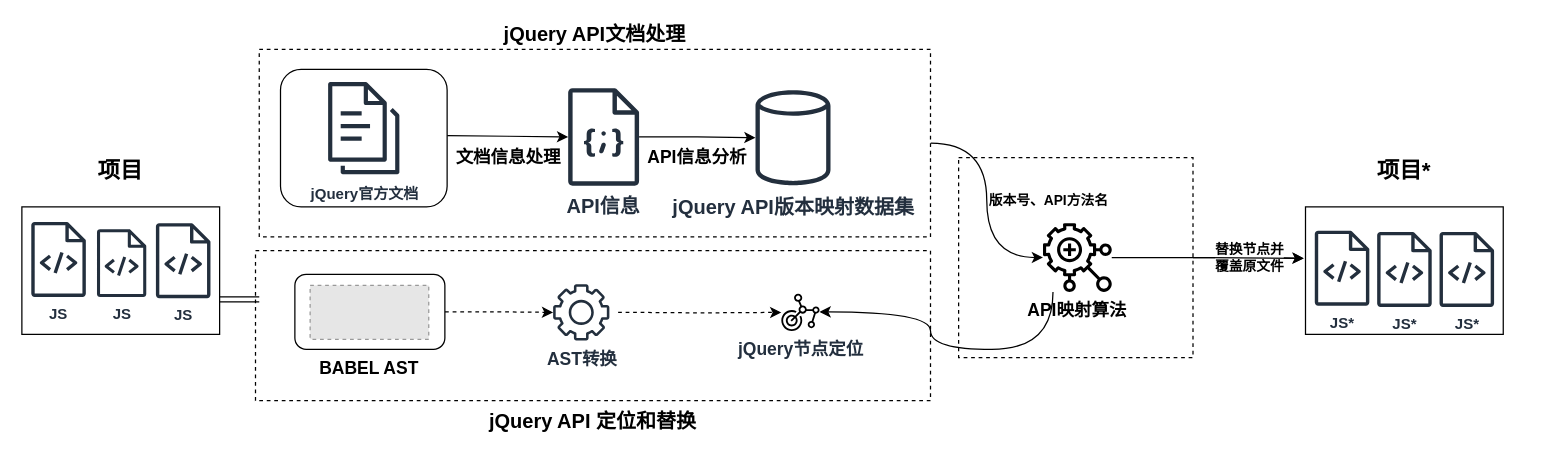
Before: images/未命名绘图.drawio in DramaAaron/DramaAaron.github.io, a draw.io diagram. Source tidied: cells renumbered, new cells numbered last; positions are measured from the earlier drawing's top-left corner, leaving out a move shared by most shapes. Both pictures are drawn from the tidied source at 125%, with x=0, y=0 at pixel (21, 49). Pictures stored in the file or linked from it are replaced by grey dashed boxes.
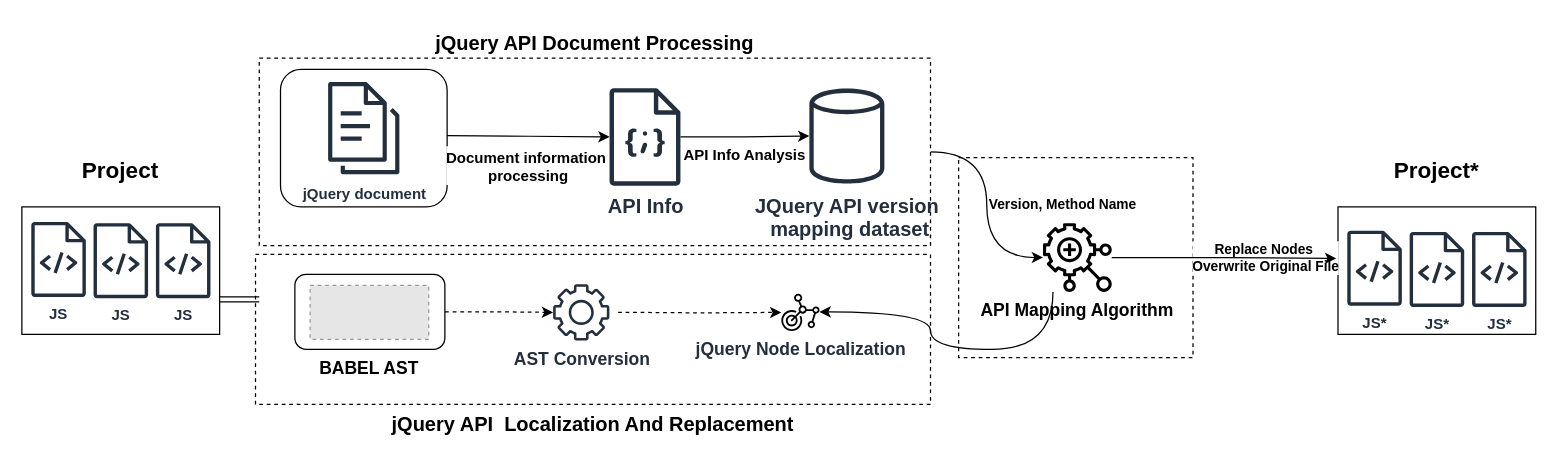
The same diagram, later.

Commit message:
更新未命名绘图.drawio

Unchanged cells that the change refers to:
```xml
<mxCell id="3" style="rounded=0;whiteSpace=wrap;html=1;dashed=1;" parent="1" vertex="1">
  <mxGeometry x="749.4" y="86.5" width="187.5" height="160" as="geometry" />
</mxCell>
```

What changed in the source:
```diff
@@
-    <mxCell id="2" value="jQuery API 定位和替换" style="rounded=0;whiteSpace=wrap;html=1;dashed=1;fontStyle=1;fontSize=16;labelPosition=center;verticalLabelPosition=bottom;align=center;verticalAlign=top;" parent="1" vertex="1">
-      <mxGeometry x="186.9" y="161" width="540" height="120" as="geometry" />
+    <mxCell id="2" value="jQuery API&amp;nbsp; Localization And Replacement" style="rounded=0;whiteSpace=wrap;html=1;dashed=1;fontStyle=1;fontSize=16;labelPosition=center;verticalLabelPosition=bottom;align=center;verticalAlign=top;" parent="1" vertex="1">
+      <mxGeometry x="186.9" y="164" width="540" height="120" as="geometry" />
     </mxCell>
@@
-    <mxCell id="4" value="&lt;h2&gt;项目*&lt;/h2&gt;" style="rounded=0;whiteSpace=wrap;html=1;labelPosition=center;verticalLabelPosition=top;align=center;verticalAlign=bottom;" parent="1" vertex="1">
-      <mxGeometry x="1026.9" y="126" width="158.2" height="102" as="geometry" />
+    <mxCell id="4" value="&lt;h2&gt;Project*&lt;/h2&gt;" style="rounded=0;whiteSpace=wrap;html=1;labelPosition=center;verticalLabelPosition=top;align=center;verticalAlign=bottom;" parent="1" vertex="1">
+      <mxGeometry x="1052.9" y="126" width="158.2" height="102" as="geometry" />
     </mxCell>
@@
-    <mxCell id="6" value="&lt;h2&gt;项目&lt;/h2&gt;" style="rounded=0;whiteSpace=wrap;html=1;labelPosition=center;verticalLabelPosition=top;align=center;verticalAlign=bottom;" parent="1" vertex="1">
+    <mxCell id="6" value="&lt;h2&gt;Project&lt;/h2&gt;" style="rounded=0;whiteSpace=wrap;html=1;labelPosition=center;verticalLabelPosition=top;align=center;verticalAlign=bottom;" parent="1" vertex="1">
       <mxGeometry y="126" width="158.2" height="102" as="geometry" />
     </mxCell>
-    <mxCell id="7" value="版本号、API方法名" style="edgeStyle=orthogonalEdgeStyle;jettySize=auto;html=1;curved=1;labelPosition=right;verticalLabelPosition=middle;align=left;verticalAlign=middle;fontStyle=1;" parent="1" edge="1" source="8" target="20">
+    <mxCell id="7" value="Version, Method Name" style="edgeStyle=orthogonalEdgeStyle;jettySize=auto;html=1;curved=1;labelPosition=right;verticalLabelPosition=middle;align=left;verticalAlign=middle;fontStyle=1;" parent="1" edge="1" source="8" target="20">
       <mxGeometry relative="1" as="geometry" />
     </mxCell>
-    <mxCell id="8" value="jQuery API文档处理" style="rounded=0;whiteSpace=wrap;html=1;dashed=1;fontStyle=1;fontSize=16;labelPosition=center;verticalLabelPosition=top;align=center;verticalAlign=bottom;" parent="1" vertex="1">
-      <mxGeometry x="189.9" width="537" height="150" as="geometry" />
+    <mxCell id="8" value="jQuery API Document Processing" style="rounded=0;whiteSpace=wrap;html=1;dashed=1;fontStyle=1;fontSize=16;labelPosition=center;verticalLabelPosition=top;align=center;verticalAlign=bottom;" parent="1" vertex="1">
+      <mxGeometry x="189.9" y="7" width="537" height="150" as="geometry" />
     </mxCell>
@@
+    <mxCell id="11" style="rounded=1;whiteSpace=wrap;html=1;" parent="1" vertex="1">
+      <mxGeometry x="206.9" y="16" width="133.3" height="110" as="geometry" />
+    </mxCell>
-    <mxCell id="10" value="文档信息处理" style="edgeStyle=orthogonalEdgeStyle;rounded=0;jettySize=auto;html=1;fontSize=14;fontStyle=1;labelPosition=center;verticalLabelPosition=bottom;align=center;verticalAlign=top;" parent="1" edge="1" target="16">
-      <mxGeometry y="-1" relative="1" as="geometry">
+    <mxCell id="10" value="&lt;font style=&quot;font-size: 12px;&quot;&gt;Document information&amp;nbsp;&lt;/font&gt;&lt;div style=&quot;font-size: 12px;&quot;&gt;&lt;font style=&quot;font-size: 12px;&quot;&gt;processing&lt;/font&gt;&lt;/div&gt;" style="edgeStyle=orthogonalEdgeStyle;rounded=0;jettySize=auto;html=1;fontSize=14;fontStyle=1;labelPosition=center;verticalLabelPosition=bottom;align=center;verticalAlign=top;" parent="1" edge="1" target="16">
+      <mxGeometry y="-2" relative="1" as="geometry">
         <mxPoint x="340.2" y="69" as="sourcePoint" />
       </mxGeometry>
     </mxCell>
-    <mxCell id="11" style="rounded=1;whiteSpace=wrap;html=1;" parent="1" vertex="1">
-      <mxGeometry x="206.9" y="16" width="133.3" height="110" as="geometry" />
-    </mxCell>
-    <mxCell id="12" value="jQuery官方文档" style="sketch=0;fontColor=#232F3E;gradientColor=none;fillColor=#232F3D;strokeColor=none;dashed=0;verticalLabelPosition=bottom;verticalAlign=top;align=center;html=1;fontSize=12;fontStyle=1;shape=mxgraph.aws4.documents3;" parent="1" vertex="1">
+    <mxCell id="12" value="jQuery document" style="sketch=0;fontColor=#232F3E;gradientColor=none;fillColor=#232F3D;strokeColor=none;dashed=0;verticalLabelPosition=bottom;verticalAlign=top;align=center;html=1;fontSize=12;fontStyle=1;shape=mxgraph.aws4.documents3;" parent="1" vertex="1">
       <mxGeometry x="245" y="24" width="57" height="78" as="geometry" />
     </mxCell>
-    <mxCell id="13" value="JS" style="sketch=0;fontColor=#232F3E;gradientColor=none;fillColor=#232F3D;strokeColor=default;dashed=0;verticalLabelPosition=bottom;verticalAlign=top;align=center;html=1;fontSize=12;fontStyle=1;shape=mxgraph.aws4.source_code;strokeWidth=1;labelPosition=center;" parent="1" vertex="1">
-      <mxGeometry x="60" y="143.9" width="39.6" height="54.2" as="geometry" />
-    </mxCell>
-    <mxCell id="14" value="jQuery API版本映射数据集" style="sketch=0;outlineConnect=0;fontColor=#232F3E;gradientColor=none;fillColor=#232F3D;strokeColor=none;dashed=0;verticalLabelPosition=bottom;verticalAlign=top;align=center;html=1;fontSize=16;fontStyle=1;shape=mxgraph.aws4.generic_database;" parent="1" vertex="1">
-      <mxGeometry x="586.9" y="31" width="60" height="79.3" as="geometry" />
+    <mxCell id="14" value="JQuery API version&lt;div&gt;&amp;nbsp;mapping dataset&lt;/div&gt;" style="sketch=0;outlineConnect=0;fontColor=#232F3E;gradientColor=none;fillColor=#232F3D;strokeColor=none;dashed=0;verticalLabelPosition=bottom;verticalAlign=top;align=center;html=1;fontSize=16;fontStyle=1;shape=mxgraph.aws4.generic_database;" parent="1" vertex="1">
+      <mxGeometry x="630" y="29.7" width="60" height="79.3" as="geometry" />
     </mxCell>
-    <mxCell id="15" value="API信息分析" style="edgeStyle=orthogonalEdgeStyle;rounded=0;jettySize=auto;html=1;fontStyle=1;fontSize=14;labelPosition=center;verticalLabelPosition=bottom;align=center;verticalAlign=top;" parent="1" edge="1" source="16" target="14">
+    <mxCell id="15" value="&lt;font style=&quot;font-size: 12px;&quot;&gt;API Info Analysis&lt;/font&gt;" style="edgeStyle=orthogonalEdgeStyle;rounded=0;jettySize=auto;html=1;fontStyle=1;fontSize=14;labelPosition=center;verticalLabelPosition=bottom;align=center;verticalAlign=top;" parent="1" edge="1" source="16" target="14">
       <mxGeometry relative="1" as="geometry" />
     </mxCell>
-    <mxCell id="16" value="API信息" style="sketch=0;outlineConnect=0;fontColor=#232F3E;gradientColor=none;fillColor=#232F3D;strokeColor=none;dashed=0;verticalLabelPosition=bottom;verticalAlign=top;align=center;html=1;fontSize=16;fontStyle=1;shape=mxgraph.aws4.json_script;" parent="1" vertex="1">
-      <mxGeometry x="436.9" y="31" width="57" height="78" as="geometry" />
+    <mxCell id="16" value="API Info" style="sketch=0;outlineConnect=0;fontColor=#232F3E;gradientColor=none;fillColor=#232F3D;strokeColor=none;dashed=0;verticalLabelPosition=bottom;verticalAlign=top;align=center;html=1;fontSize=16;fontStyle=1;shape=mxgraph.aws4.json_script;" parent="1" vertex="1">
+      <mxGeometry x="470" y="31" width="57" height="78" as="geometry" />
     </mxCell>
@@
-    <mxCell id="20" value="API映射算法" style="sketch=0;outlineConnect=0;dashed=0;verticalLabelPosition=bottom;verticalAlign=top;align=center;html=1;fontSize=14;fontStyle=1;shape=mxgraph.aws4.aws_glue_for_ray;fillColor=#000000;strokeColor=#36393d;" parent="1" vertex="1">
+    <mxCell id="20" value="API Mapping Algorithm" style="sketch=0;outlineConnect=0;dashed=0;verticalLabelPosition=bottom;verticalAlign=top;align=center;html=1;fontSize=14;fontStyle=1;shape=mxgraph.aws4.aws_glue_for_ray;fillColor=#000000;strokeColor=#36393d;" parent="1" vertex="1">
       <mxGeometry x="816.9" y="139" width="55" height="55" as="geometry" />
     </mxCell>
@@
-    <mxCell id="23" value="AST转换" style="sketch=0;outlineConnect=0;fontColor=#232F3E;gradientColor=none;fillColor=#232F3D;strokeColor=none;dashed=0;verticalLabelPosition=bottom;verticalAlign=top;align=center;html=1;fontSize=14;fontStyle=1;shape=mxgraph.aws4.gear;" parent="1" vertex="1">
+    <mxCell id="23" value="AST Conversion" style="sketch=0;outlineConnect=0;fontColor=#232F3E;gradientColor=none;fillColor=#232F3D;strokeColor=none;dashed=0;verticalLabelPosition=bottom;verticalAlign=top;align=center;html=1;fontSize=14;fontStyle=1;shape=mxgraph.aws4.gear;" parent="1" vertex="1">
       <mxGeometry x="425" y="187.9" width="45" height="45" as="geometry" />
     </mxCell>
@@
-    <mxCell id="25" value="jQuery节点定位" style="sketch=0;outlineConnect=0;fontColor=#232F3E;gradientColor=none;fillColor=#000000;strokeColor=none;dashed=0;verticalLabelPosition=bottom;verticalAlign=top;align=center;html=1;fontSize=14;fontStyle=1;shape=mxgraph.aws4.pinpoint_journey;" parent="1" vertex="1">
+    <mxCell id="25" value="jQuery Node Localization" style="sketch=0;outlineConnect=0;fontColor=#232F3E;gradientColor=none;fillColor=#000000;strokeColor=none;dashed=0;verticalLabelPosition=bottom;verticalAlign=top;align=center;html=1;fontSize=14;fontStyle=1;shape=mxgraph.aws4.pinpoint_journey;" parent="1" vertex="1">
       <mxGeometry x="607.3" y="195.4" width="31.1" height="29.9" as="geometry" />
     </mxCell>
     <mxCell id="26" value="JS*" style="sketch=0;fontColor=#232F3E;gradientColor=none;fillColor=#232F3D;strokeColor=default;dashed=0;verticalLabelPosition=bottom;verticalAlign=top;align=center;html=1;fontSize=12;fontStyle=1;shape=mxgraph.aws4.source_code;strokeWidth=1;labelPosition=center;" parent="1" vertex="1">
-      <mxGeometry x="1034.2" y="145" width="43.9" height="60" as="geometry" />
+      <mxGeometry x="1060.2" y="145" width="43.9" height="60" as="geometry" />
     </mxCell>
     <mxCell id="27" value="JS*" style="sketch=0;fontColor=#232F3E;gradientColor=none;fillColor=#232F3D;strokeColor=default;dashed=0;verticalLabelPosition=bottom;verticalAlign=top;align=center;html=1;fontSize=12;fontStyle=1;shape=mxgraph.aws4.source_code;strokeWidth=1;labelPosition=center;" parent="1" vertex="1">
-      <mxGeometry x="1084.1" y="146" width="43.9" height="60" as="geometry" />
+      <mxGeometry x="1110.1" y="146" width="43.9" height="60" as="geometry" />
     </mxCell>
     <mxCell id="28" value="JS*" style="sketch=0;fontColor=#232F3E;gradientColor=none;fillColor=#232F3D;strokeColor=default;dashed=0;verticalLabelPosition=bottom;verticalAlign=top;align=center;html=1;fontSize=12;fontStyle=1;shape=mxgraph.aws4.source_code;strokeWidth=1;labelPosition=center;" parent="1" vertex="1">
-      <mxGeometry x="1134" y="146" width="43.9" height="60" as="geometry" />
+      <mxGeometry x="1160" y="146" width="43.9" height="60" as="geometry" />
     </mxCell>
-    <mxCell id="29" value="替换节点并&lt;br&gt;覆盖原文件" style="edgeStyle=orthogonalEdgeStyle;rounded=0;jettySize=auto;html=1;entryX=-0.009;entryY=0.402;entryDx=0;entryDy=0;entryPerimeter=0;fontStyle=1;" parent="1" edge="1" source="3" target="4">
+    <mxCell id="29" value="&lt;div&gt;Replace Nodes&amp;nbsp;&lt;/div&gt;&lt;div&gt;Overwrite Original File&lt;/div&gt;" style="edgeStyle=orthogonalEdgeStyle;rounded=0;jettySize=auto;html=1;entryX=-0.009;entryY=0.402;entryDx=0;entryDy=0;entryPerimeter=0;fontStyle=1;" parent="1" edge="1" source="3" target="4">
       <mxGeometry relative="1" as="geometry" />
     </mxCell>
@@
+    <mxCell id="13" value="JS" style="sketch=0;fontColor=#232F3E;gradientColor=none;fillColor=#232F3D;strokeColor=default;dashed=0;verticalLabelPosition=bottom;verticalAlign=top;align=center;html=1;fontSize=12;fontStyle=1;shape=mxgraph.aws4.source_code;strokeWidth=1;labelPosition=center;" parent="1" vertex="1">
+      <mxGeometry x="57.2" y="139" width="43.9" height="60" as="geometry" />
+    </mxCell>
```
